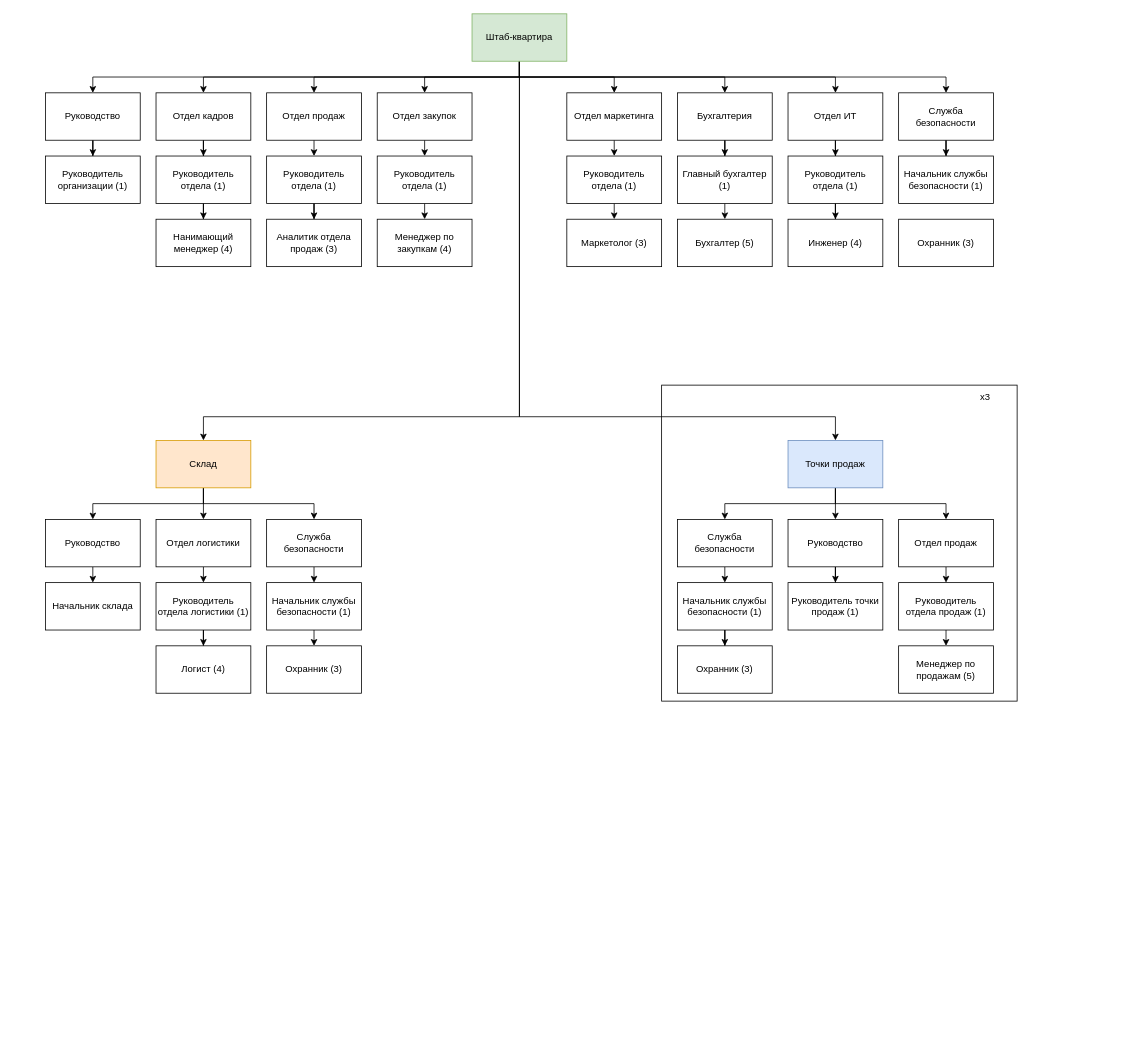
Above: ИТИ курсач/структурная_диаграмма_1.drawio in MaxHedgehog7786/IIT_kursach (draw.io), before the change. Source tidied: cells renumbered, new cells numbered last; positions are measured from the earlier drawing's top-left corner, leaving out a move shared by most shapes. Both pictures are drawn from the tidied source at 79%, with x=0, y=0 at pixel (45, 13).
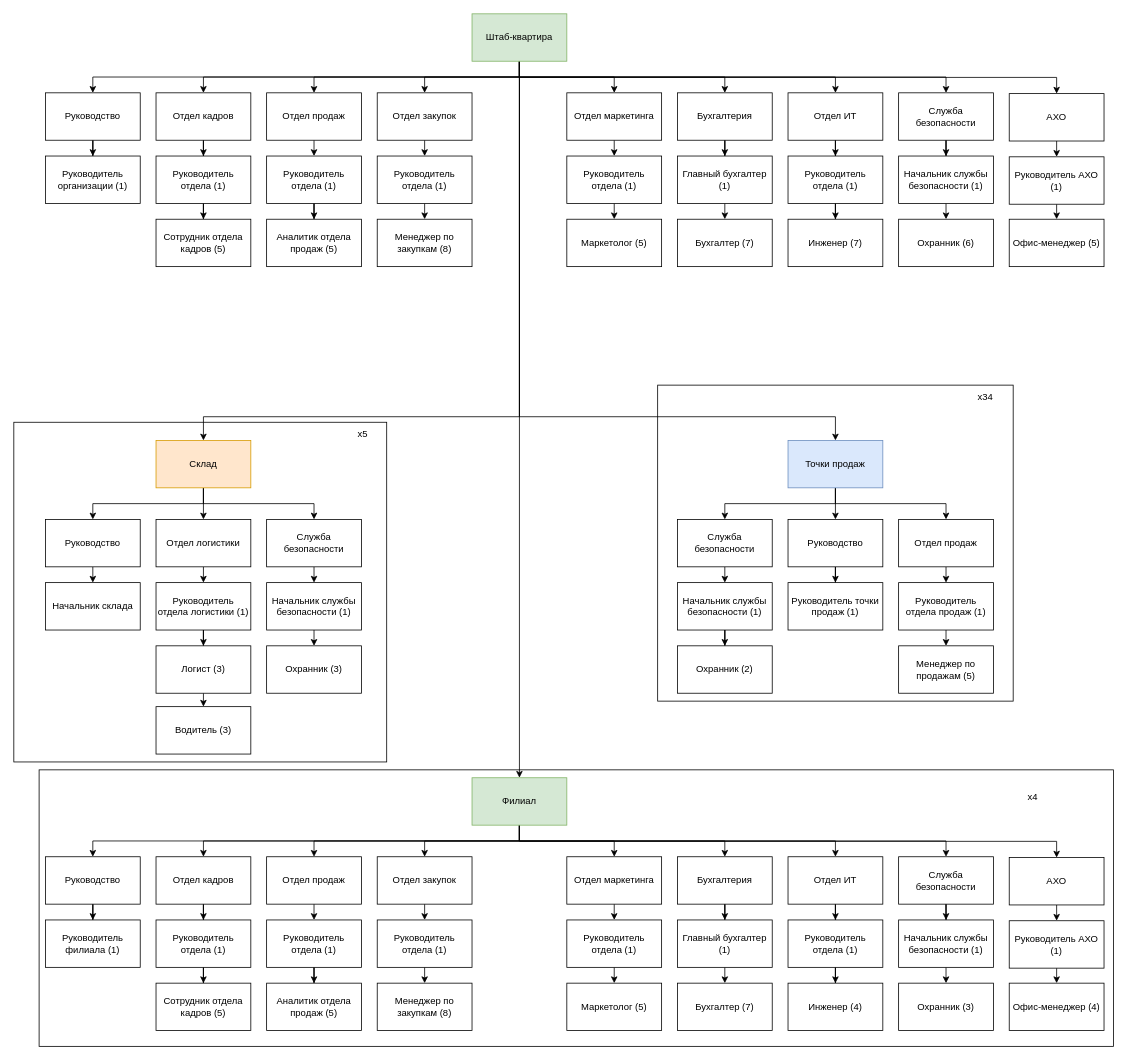
After the change.

Unchanged cells that the change refers to:
```xml
<mxCell id="12" value="Штаб-квартира" style="rounded=0;whiteSpace=wrap;html=1;fillColor=#d5e8d4;strokeColor=#82b366;" parent="1" vertex="1">
  <mxGeometry x="540" width="120" height="60" as="geometry" />
</mxCell>
<mxCell id="63" value="Начальник службы безопасности (1)" style="rounded=0;whiteSpace=wrap;html=1;" parent="1" vertex="1">
  <mxGeometry x="1080" y="180" width="120" height="60" as="geometry" />
</mxCell>
```

Diff of the diagram source:
```diff
@@
+    <mxCell id="86" style="edgeStyle=orthogonalEdgeStyle;rounded=0;jettySize=auto;html=1;exitX=0.5;exitY=1;exitDx=0;exitDy=0;entryX=0.5;entryY=0;entryDx=0;entryDy=0;" parent="1" edge="1" source="12" target="91">
+      <mxGeometry relative="1" as="geometry" />
+    </mxCell>
+    <mxCell id="87" style="edgeStyle=orthogonalEdgeStyle;rounded=0;jettySize=auto;html=1;exitX=0.5;exitY=1;exitDx=0;exitDy=0;" parent="1" edge="1" source="12" target="107">
+      <mxGeometry relative="1" as="geometry" />
+    </mxCell>
@@
-    <mxCell id="49" value="x3" style="text;html=1;align=center;verticalAlign=middle;whiteSpace=wrap;rounded=0;" parent="1" vertex="1">
+    <mxCell id="49" value="x34" style="text;html=1;align=center;verticalAlign=middle;whiteSpace=wrap;rounded=0;" parent="1" vertex="1">
       <mxGeometry x="1160" y="470" width="60" height="30" as="geometry" />
     </mxCell>
@@
+    <mxCell id="88" style="edgeStyle=orthogonalEdgeStyle;rounded=0;jettySize=auto;html=1;exitX=0.5;exitY=1;exitDx=0;exitDy=0;entryX=0.5;entryY=0;entryDx=0;entryDy=0;" parent="1" edge="1" source="63" target="70">
+      <mxGeometry relative="1" as="geometry" />
+    </mxCell>
@@
-    <mxCell id="64" value="Нанимающий менеджер (4)" style="rounded=0;whiteSpace=wrap;html=1;" parent="1" vertex="1">
+    <mxCell id="64" value="Сотрудник отдела кадров (5)" style="rounded=0;whiteSpace=wrap;html=1;" parent="1" vertex="1">
       <mxGeometry x="140" y="260" width="120" height="60" as="geometry" />
     </mxCell>
-    <mxCell id="65" value="Аналитик отдела продаж (3)" style="rounded=0;whiteSpace=wrap;html=1;" parent="1" vertex="1">
+    <mxCell id="65" value="Аналитик отдела продаж (5)" style="rounded=0;whiteSpace=wrap;html=1;" parent="1" vertex="1">
       <mxGeometry x="280" y="260" width="120" height="60" as="geometry" />
     </mxCell>
-    <mxCell id="66" value="Менеджер по закупкам (4)" style="rounded=0;whiteSpace=wrap;html=1;" parent="1" vertex="1">
+    <mxCell id="66" value="Менеджер по закупкам (8)" style="rounded=0;whiteSpace=wrap;html=1;" parent="1" vertex="1">
       <mxGeometry x="420" y="260" width="120" height="60" as="geometry" />
     </mxCell>
-    <mxCell id="67" value="Маркетолог (3)" style="rounded=0;whiteSpace=wrap;html=1;" parent="1" vertex="1">
+    <mxCell id="67" value="Маркетолог (5)" style="rounded=0;whiteSpace=wrap;html=1;" parent="1" vertex="1">
       <mxGeometry x="660" y="260" width="120" height="60" as="geometry" />
     </mxCell>
-    <mxCell id="68" value="Бухгалтер (5)" style="rounded=0;whiteSpace=wrap;html=1;" parent="1" vertex="1">
+    <mxCell id="68" value="Бухгалтер (7)" style="rounded=0;whiteSpace=wrap;html=1;" parent="1" vertex="1">
       <mxGeometry x="800" y="260" width="120" height="60" as="geometry" />
     </mxCell>
-    <mxCell id="69" value="Инженер (4)" style="rounded=0;whiteSpace=wrap;html=1;" parent="1" vertex="1">
+    <mxCell id="69" value="Инженер (7)" style="rounded=0;whiteSpace=wrap;html=1;" parent="1" vertex="1">
       <mxGeometry x="940" y="260" width="120" height="60" as="geometry" />
     </mxCell>
-    <mxCell id="70" value="Охранник (3)" style="rounded=0;whiteSpace=wrap;html=1;" parent="1" vertex="1">
+    <mxCell id="70" value="Охранник (6)" style="rounded=0;whiteSpace=wrap;html=1;" parent="1" vertex="1">
       <mxGeometry x="1080" y="260" width="120" height="60" as="geometry" />
     </mxCell>
@@
+    <mxCell id="89" style="edgeStyle=orthogonalEdgeStyle;rounded=0;jettySize=auto;html=1;exitX=0.5;exitY=1;exitDx=0;exitDy=0;entryX=0.5;entryY=0;entryDx=0;entryDy=0;" parent="1" edge="1" source="74" target="96">
+      <mxGeometry relative="1" as="geometry" />
+    </mxCell>
-    <mxCell id="74" value="Логист (4)" style="rounded=0;whiteSpace=wrap;html=1;" parent="1" vertex="1">
+    <mxCell id="74" value="Логист (3)" style="rounded=0;whiteSpace=wrap;html=1;" parent="1" vertex="1">
       <mxGeometry x="140" y="800" width="120" height="60" as="geometry" />
     </mxCell>
@@
-    <mxCell id="80" value="Охранник (3)" style="rounded=0;whiteSpace=wrap;html=1;" parent="1" vertex="1">
+    <mxCell id="80" value="Охранник (2)" style="rounded=0;whiteSpace=wrap;html=1;" parent="1" vertex="1">
       <mxGeometry x="800" y="800" width="120" height="60" as="geometry" />
     </mxCell>
@@
-    <mxCell id="85" style="rounded=0;whiteSpace=wrap;html=1;fillColor=none;" parent="1" vertex="1">
-      <mxGeometry x="780" y="470" width="450" height="400" as="geometry" />
-    </mxCell>
+    <mxCell id="90" style="edgeStyle=orthogonalEdgeStyle;rounded=0;jettySize=auto;html=1;exitX=0.5;exitY=1;exitDx=0;exitDy=0;entryX=0.5;entryY=0;entryDx=0;entryDy=0;" parent="1" edge="1" source="91" target="93">
+      <mxGeometry relative="1" as="geometry" />
+    </mxCell>
+    <mxCell id="91" value="АХО" style="rounded=0;whiteSpace=wrap;html=1;" parent="1" vertex="1">
+      <mxGeometry x="1220" y="101" width="120" height="60" as="geometry" />
+    </mxCell>
+    <mxCell id="92" style="edgeStyle=orthogonalEdgeStyle;rounded=0;jettySize=auto;html=1;exitX=0.5;exitY=1;exitDx=0;exitDy=0;entryX=0.5;entryY=0;entryDx=0;entryDy=0;" parent="1" edge="1" source="93" target="94">
+      <mxGeometry relative="1" as="geometry" />
+    </mxCell>
+    <mxCell id="93" value="Руководитель АХО (1)" style="rounded=0;whiteSpace=wrap;html=1;" parent="1" vertex="1">
+      <mxGeometry x="1220" y="181" width="120" height="60" as="geometry" />
+    </mxCell>
+    <mxCell id="94" value="Офис-менеджер (5)" style="rounded=0;whiteSpace=wrap;html=1;" parent="1" vertex="1">
+      <mxGeometry x="1220" y="260" width="120" height="60" as="geometry" />
+    </mxCell>
+    <mxCell id="95" style="rounded=0;whiteSpace=wrap;html=1;fillColor=none;" parent="1" vertex="1">
+      <mxGeometry x="775" y="470" width="450" height="400" as="geometry" />
+    </mxCell>
+    <mxCell id="96" value="Водитель (3)" style="rounded=0;whiteSpace=wrap;html=1;" parent="1" vertex="1">
+      <mxGeometry x="140" y="877" width="120" height="60" as="geometry" />
+    </mxCell>
+    <mxCell id="97" value="x5" style="text;html=1;align=center;verticalAlign=middle;whiteSpace=wrap;rounded=0;" parent="1" vertex="1">
+      <mxGeometry x="372" y="517" width="60" height="30" as="geometry" />
+    </mxCell>
+    <mxCell id="98" style="edgeStyle=orthogonalEdgeStyle;rounded=0;jettySize=auto;html=1;exitX=0.5;exitY=1;exitDx=0;exitDy=0;entryX=0.5;entryY=0;entryDx=0;entryDy=0;" parent="1" edge="1" source="107" target="109">
+      <mxGeometry relative="1" as="geometry" />
+    </mxCell>
+    <mxCell id="99" style="edgeStyle=orthogonalEdgeStyle;rounded=0;jettySize=auto;html=1;exitX=0.5;exitY=1;exitDx=0;exitDy=0;entryX=0.5;entryY=0;entryDx=0;entryDy=0;" parent="1" edge="1" source="107" target="111">
+      <mxGeometry relative="1" as="geometry" />
+    </mxCell>
+    <mxCell id="100" style="edgeStyle=orthogonalEdgeStyle;rounded=0;jettySize=auto;html=1;exitX=0.5;exitY=1;exitDx=0;exitDy=0;" parent="1" edge="1" source="107" target="113">
+      <mxGeometry relative="1" as="geometry" />
+    </mxCell>
+    <mxCell id="101" style="edgeStyle=orthogonalEdgeStyle;rounded=0;jettySize=auto;html=1;exitX=0.5;exitY=1;exitDx=0;exitDy=0;entryX=0.5;entryY=0;entryDx=0;entryDy=0;" parent="1" edge="1" source="107" target="115">
+      <mxGeometry relative="1" as="geometry" />
+    </mxCell>
+    <mxCell id="102" style="edgeStyle=orthogonalEdgeStyle;rounded=0;jettySize=auto;html=1;exitX=0.5;exitY=1;exitDx=0;exitDy=0;" parent="1" edge="1" source="107" target="117">
+      <mxGeometry relative="1" as="geometry" />
+    </mxCell>
+    <mxCell id="103" style="edgeStyle=orthogonalEdgeStyle;rounded=0;jettySize=auto;html=1;exitX=0.5;exitY=1;exitDx=0;exitDy=0;entryX=0.5;entryY=0;entryDx=0;entryDy=0;" parent="1" edge="1" source="107" target="119">
+      <mxGeometry relative="1" as="geometry" />
+    </mxCell>
+    <mxCell id="104" style="edgeStyle=orthogonalEdgeStyle;rounded=0;jettySize=auto;html=1;exitX=0.5;exitY=1;exitDx=0;exitDy=0;entryX=0.5;entryY=0;entryDx=0;entryDy=0;" parent="1" edge="1" source="107" target="121">
+      <mxGeometry relative="1" as="geometry" />
+    </mxCell>
+    <mxCell id="105" style="edgeStyle=orthogonalEdgeStyle;rounded=0;jettySize=auto;html=1;exitX=0.5;exitY=1;exitDx=0;exitDy=0;entryX=0.5;entryY=0;entryDx=0;entryDy=0;" parent="1" edge="1" source="107" target="123">
+      <mxGeometry relative="1" as="geometry" />
+    </mxCell>
+    <mxCell id="106" style="edgeStyle=orthogonalEdgeStyle;rounded=0;jettySize=auto;html=1;exitX=0.5;exitY=1;exitDx=0;exitDy=0;entryX=0.5;entryY=0;entryDx=0;entryDy=0;" parent="1" edge="1" source="107" target="147">
+      <mxGeometry relative="1" as="geometry" />
+    </mxCell>
+    <mxCell id="107" value="Филиал" style="rounded=0;whiteSpace=wrap;html=1;fillColor=#d5e8d4;strokeColor=#82b366;" parent="1" vertex="1">
+      <mxGeometry x="540" y="967" width="120" height="60" as="geometry" />
+    </mxCell>
+    <mxCell id="108" style="edgeStyle=orthogonalEdgeStyle;rounded=0;jettySize=auto;html=1;exitX=0.5;exitY=1;exitDx=0;exitDy=0;" parent="1" edge="1" source="109" target="124">
+      <mxGeometry relative="1" as="geometry" />
+    </mxCell>
+    <mxCell id="109" value="Руководство" style="rounded=0;whiteSpace=wrap;html=1;" parent="1" vertex="1">
+      <mxGeometry y="1067" width="120" height="60" as="geometry" />
+    </mxCell>
+    <mxCell id="110" style="edgeStyle=orthogonalEdgeStyle;rounded=0;jettySize=auto;html=1;exitX=0.5;exitY=1;exitDx=0;exitDy=0;entryX=0.5;entryY=0;entryDx=0;entryDy=0;" parent="1" edge="1" source="111" target="128">
+      <mxGeometry relative="1" as="geometry" />
+    </mxCell>
+    <mxCell id="111" value="Отдел продаж" style="rounded=0;whiteSpace=wrap;html=1;" parent="1" vertex="1">
+      <mxGeometry x="280" y="1067" width="120" height="60" as="geometry" />
+    </mxCell>
+    <mxCell id="112" style="edgeStyle=orthogonalEdgeStyle;rounded=0;jettySize=auto;html=1;exitX=0.5;exitY=1;exitDx=0;exitDy=0;entryX=0.5;entryY=0;entryDx=0;entryDy=0;" parent="1" edge="1" source="113" target="130">
+      <mxGeometry relative="1" as="geometry" />
+    </mxCell>
+    <mxCell id="113" value="Отдел закупок" style="rounded=0;whiteSpace=wrap;html=1;" parent="1" vertex="1">
+      <mxGeometry x="420" y="1067" width="120" height="60" as="geometry" />
+    </mxCell>
+    <mxCell id="114" style="edgeStyle=orthogonalEdgeStyle;rounded=0;jettySize=auto;html=1;exitX=0.5;exitY=1;exitDx=0;exitDy=0;entryX=0.5;entryY=0;entryDx=0;entryDy=0;" parent="1" edge="1" source="115" target="132">
+      <mxGeometry relative="1" as="geometry" />
+    </mxCell>
+    <mxCell id="115" value="Отдел маркетинга" style="rounded=0;whiteSpace=wrap;html=1;" parent="1" vertex="1">
+      <mxGeometry x="660" y="1067" width="120" height="60" as="geometry" />
+    </mxCell>
+    <mxCell id="116" style="edgeStyle=orthogonalEdgeStyle;rounded=0;jettySize=auto;html=1;exitX=0.5;exitY=1;exitDx=0;exitDy=0;" parent="1" edge="1" source="117" target="134">
+      <mxGeometry relative="1" as="geometry" />
+    </mxCell>
+    <mxCell id="117" value="Бухгалтерия" style="rounded=0;whiteSpace=wrap;html=1;" parent="1" vertex="1">
+      <mxGeometry x="800" y="1067" width="120" height="60" as="geometry" />
+    </mxCell>
+    <mxCell id="118" style="edgeStyle=orthogonalEdgeStyle;rounded=0;jettySize=auto;html=1;exitX=0.5;exitY=1;exitDx=0;exitDy=0;" parent="1" edge="1" source="119" target="136">
+      <mxGeometry relative="1" as="geometry" />
+    </mxCell>
+    <mxCell id="119" value="Отдел ИТ" style="rounded=0;whiteSpace=wrap;html=1;" parent="1" vertex="1">
+      <mxGeometry x="940" y="1067" width="120" height="60" as="geometry" />
+    </mxCell>
+    <mxCell id="120" style="edgeStyle=orthogonalEdgeStyle;rounded=0;jettySize=auto;html=1;exitX=0.5;exitY=1;exitDx=0;exitDy=0;" parent="1" edge="1" source="121" target="126">
+      <mxGeometry relative="1" as="geometry" />
+    </mxCell>
+    <mxCell id="121" value="Отдел кадров" style="rounded=0;whiteSpace=wrap;html=1;" parent="1" vertex="1">
+      <mxGeometry x="140" y="1067" width="120" height="60" as="geometry" />
+    </mxCell>
+    <mxCell id="122" style="edgeStyle=orthogonalEdgeStyle;rounded=0;jettySize=auto;html=1;exitX=0.5;exitY=1;exitDx=0;exitDy=0;" parent="1" edge="1" source="123" target="138">
+      <mxGeometry relative="1" as="geometry" />
+    </mxCell>
+    <mxCell id="123" value="Служба безопасности" style="rounded=0;whiteSpace=wrap;html=1;" parent="1" vertex="1">
+      <mxGeometry x="1080" y="1067" width="120" height="60" as="geometry" />
+    </mxCell>
+    <mxCell id="124" value="Руководитель филиала (1)" style="rounded=0;whiteSpace=wrap;html=1;" parent="1" vertex="1">
+      <mxGeometry y="1147" width="120" height="60" as="geometry" />
+    </mxCell>
+    <mxCell id="125" style="edgeStyle=orthogonalEdgeStyle;rounded=0;jettySize=auto;html=1;exitX=0.5;exitY=1;exitDx=0;exitDy=0;" parent="1" edge="1" source="126" target="139">
+      <mxGeometry relative="1" as="geometry" />
+    </mxCell>
+    <mxCell id="126" value="Руководитель отдела (1)" style="rounded=0;whiteSpace=wrap;html=1;" parent="1" vertex="1">
+      <mxGeometry x="140" y="1147" width="120" height="60" as="geometry" />
+    </mxCell>
+    <mxCell id="127" style="edgeStyle=orthogonalEdgeStyle;rounded=0;jettySize=auto;html=1;exitX=0.5;exitY=1;exitDx=0;exitDy=0;" parent="1" edge="1" source="128" target="140">
+      <mxGeometry relative="1" as="geometry" />
+    </mxCell>
+    <mxCell id="128" value="Руководитель отдела (1)" style="rounded=0;whiteSpace=wrap;html=1;" parent="1" vertex="1">
+      <mxGeometry x="280" y="1147" width="120" height="60" as="geometry" />
+    </mxCell>
+    <mxCell id="129" style="edgeStyle=orthogonalEdgeStyle;rounded=0;jettySize=auto;html=1;exitX=0.5;exitY=1;exitDx=0;exitDy=0;entryX=0.5;entryY=0;entryDx=0;entryDy=0;" parent="1" edge="1" source="130" target="141">
+      <mxGeometry relative="1" as="geometry" />
+    </mxCell>
+    <mxCell id="130" value="Руководитель отдела (1)" style="rounded=0;whiteSpace=wrap;html=1;" parent="1" vertex="1">
+      <mxGeometry x="420" y="1147" width="120" height="60" as="geometry" />
+    </mxCell>
+    <mxCell id="131" style="edgeStyle=orthogonalEdgeStyle;rounded=0;jettySize=auto;html=1;exitX=0.5;exitY=1;exitDx=0;exitDy=0;entryX=0.5;entryY=0;entryDx=0;entryDy=0;" parent="1" edge="1" source="132" target="142">
+      <mxGeometry relative="1" as="geometry" />
+    </mxCell>
+    <mxCell id="132" value="Руководитель отдела (1)" style="rounded=0;whiteSpace=wrap;html=1;" parent="1" vertex="1">
+      <mxGeometry x="660" y="1147" width="120" height="60" as="geometry" />
+    </mxCell>
+    <mxCell id="133" style="edgeStyle=orthogonalEdgeStyle;rounded=0;jettySize=auto;html=1;exitX=0.5;exitY=1;exitDx=0;exitDy=0;entryX=0.5;entryY=0;entryDx=0;entryDy=0;" parent="1" edge="1" source="134" target="143">
+      <mxGeometry relative="1" as="geometry" />
+    </mxCell>
+    <mxCell id="134" value="Главный бухгалтер (1)" style="rounded=0;whiteSpace=wrap;html=1;" parent="1" vertex="1">
+      <mxGeometry x="800" y="1147" width="120" height="60" as="geometry" />
+    </mxCell>
+    <mxCell id="135" style="edgeStyle=orthogonalEdgeStyle;rounded=0;jettySize=auto;html=1;exitX=0.5;exitY=1;exitDx=0;exitDy=0;" parent="1" edge="1" source="136" target="144">
+      <mxGeometry relative="1" as="geometry" />
+    </mxCell>
+    <mxCell id="136" value="Руководитель отдела (1)" style="rounded=0;whiteSpace=wrap;html=1;" parent="1" vertex="1">
+      <mxGeometry x="940" y="1147" width="120" height="60" as="geometry" />
+    </mxCell>
+    <mxCell id="137" style="edgeStyle=orthogonalEdgeStyle;rounded=0;jettySize=auto;html=1;exitX=0.5;exitY=1;exitDx=0;exitDy=0;entryX=0.5;entryY=0;entryDx=0;entryDy=0;" parent="1" edge="1" source="138" target="145">
+      <mxGeometry relative="1" as="geometry" />
+    </mxCell>
+    <mxCell id="138" value="Начальник службы безопасности (1)" style="rounded=0;whiteSpace=wrap;html=1;" parent="1" vertex="1">
+      <mxGeometry x="1080" y="1147" width="120" height="60" as="geometry" />
+    </mxCell>
+    <mxCell id="139" value="Сотрудник отдела кадров (5)" style="rounded=0;whiteSpace=wrap;html=1;" parent="1" vertex="1">
+      <mxGeometry x="140" y="1227" width="120" height="60" as="geometry" />
+    </mxCell>
+    <mxCell id="140" value="Аналитик отдела продаж (5)" style="rounded=0;whiteSpace=wrap;html=1;" parent="1" vertex="1">
+      <mxGeometry x="280" y="1227" width="120" height="60" as="geometry" />
+    </mxCell>
+    <mxCell id="141" value="Менеджер по закупкам (8)" style="rounded=0;whiteSpace=wrap;html=1;" parent="1" vertex="1">
+      <mxGeometry x="420" y="1227" width="120" height="60" as="geometry" />
+    </mxCell>
+    <mxCell id="142" value="Маркетолог (5)" style="rounded=0;whiteSpace=wrap;html=1;" parent="1" vertex="1">
+      <mxGeometry x="660" y="1227" width="120" height="60" as="geometry" />
+    </mxCell>
+    <mxCell id="143" value="Бухгалтер (7)" style="rounded=0;whiteSpace=wrap;html=1;" parent="1" vertex="1">
+      <mxGeometry x="800" y="1227" width="120" height="60" as="geometry" />
+    </mxCell>
+    <mxCell id="144" value="Инженер (4)" style="rounded=0;whiteSpace=wrap;html=1;" parent="1" vertex="1">
+      <mxGeometry x="940" y="1227" width="120" height="60" as="geometry" />
+    </mxCell>
+    <mxCell id="145" value="Охранник (3)" style="rounded=0;whiteSpace=wrap;html=1;" parent="1" vertex="1">
+      <mxGeometry x="1080" y="1227" width="120" height="60" as="geometry" />
+    </mxCell>
+    <mxCell id="146" style="edgeStyle=orthogonalEdgeStyle;rounded=0;jettySize=auto;html=1;exitX=0.5;exitY=1;exitDx=0;exitDy=0;entryX=0.5;entryY=0;entryDx=0;entryDy=0;" parent="1" edge="1" source="147" target="149">
+      <mxGeometry relative="1" as="geometry" />
+    </mxCell>
+    <mxCell id="147" value="АХО" style="rounded=0;whiteSpace=wrap;html=1;" parent="1" vertex="1">
+      <mxGeometry x="1220" y="1068" width="120" height="60" as="geometry" />
+    </mxCell>
+    <mxCell id="148" style="edgeStyle=orthogonalEdgeStyle;rounded=0;jettySize=auto;html=1;exitX=0.5;exitY=1;exitDx=0;exitDy=0;entryX=0.5;entryY=0;entryDx=0;entryDy=0;" parent="1" edge="1" source="149" target="150">
+      <mxGeometry relative="1" as="geometry" />
+    </mxCell>
+    <mxCell id="149" value="Руководитель АХО (1)" style="rounded=0;whiteSpace=wrap;html=1;" parent="1" vertex="1">
+      <mxGeometry x="1220" y="1148" width="120" height="60" as="geometry" />
+    </mxCell>
+    <mxCell id="150" value="Офис-менеджер (4)" style="rounded=0;whiteSpace=wrap;html=1;" parent="1" vertex="1">
+      <mxGeometry x="1220" y="1227" width="120" height="60" as="geometry" />
+    </mxCell>
+    <mxCell id="151" value="x4" style="text;html=1;align=center;verticalAlign=middle;whiteSpace=wrap;rounded=0;" parent="1" vertex="1">
+      <mxGeometry x="1220" y="977" width="60" height="30" as="geometry" />
+    </mxCell>
+    <mxCell id="152" style="rounded=0;whiteSpace=wrap;html=1;fillColor=none;" parent="1" vertex="1">
+      <mxGeometry x="-8" y="957" width="1360" height="350" as="geometry" />
+    </mxCell>
+    <mxCell id="153" style="rounded=0;whiteSpace=wrap;html=1;fillColor=none;" parent="1" vertex="1">
+      <mxGeometry x="-40" y="517" width="472" height="430" as="geometry" />
+    </mxCell>
```
